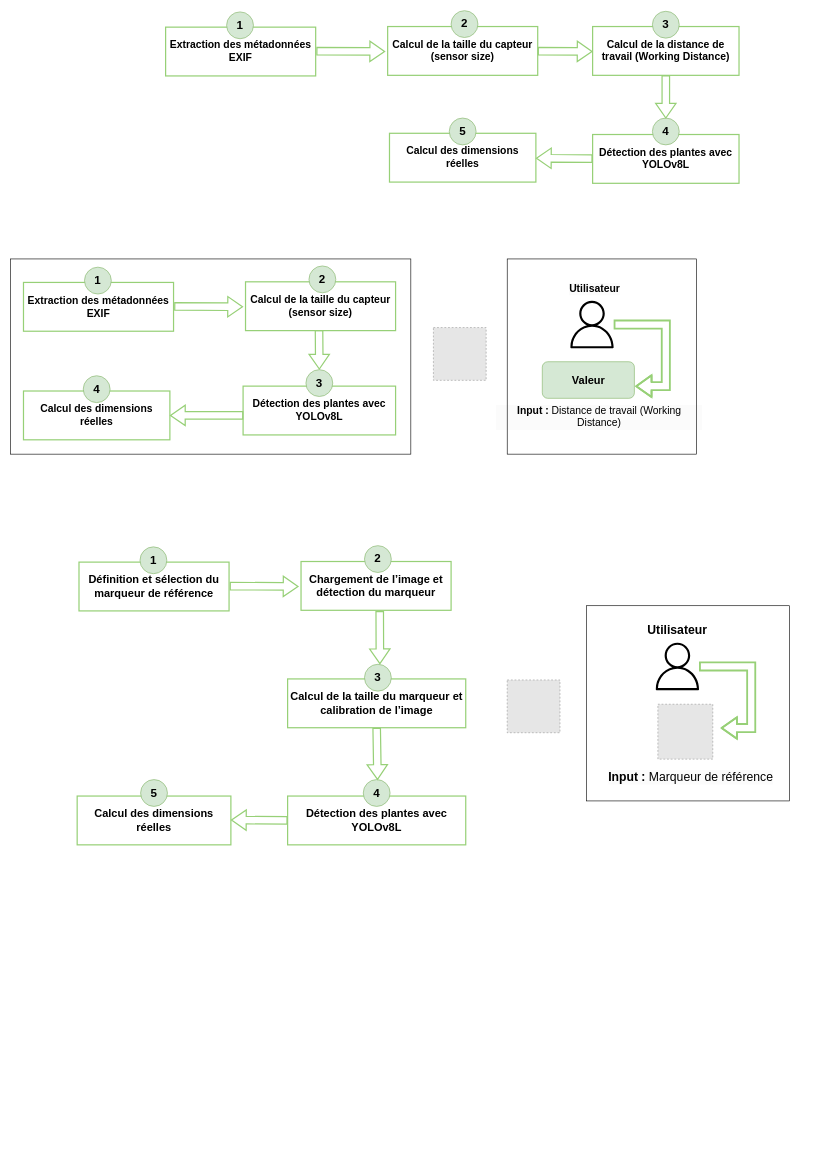
Before: InstallationZabbix.drawio in eya-harbaoui/Diagramms, a draw.io diagram. Source tidied: cells renumbered, new cells numbered last; positions are measured from the earlier drawing's top-left corner, leaving out a move shared by most shapes. Both pictures are drawn from the tidied source at 61%, with x=0, y=0 at pixel (10, 10). Pictures stored in the file or linked from it are replaced by grey dashed boxes.
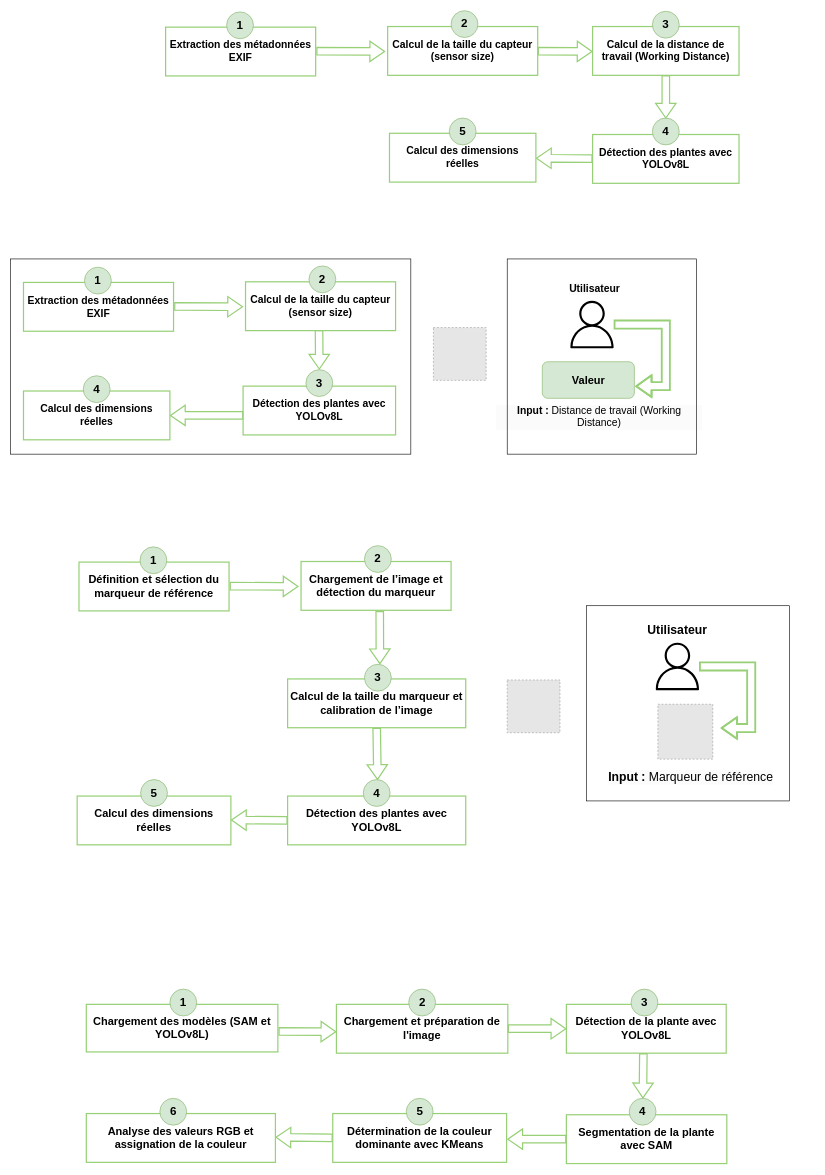
The same page after the edit.

Commit message:
Mettre à jour InstallationZabbix.drawio

Diff of the diagram source:
```diff
@@
+    <mxCell id="56" value="&lt;p&gt;&lt;strong&gt;&lt;font style=&quot;font-size: 18px;&quot;&gt;Chargement des modèles (SAM et YOLOv8L)&lt;/font&gt;&lt;/strong&gt;&lt;/p&gt;" style="rounded=0;whiteSpace=wrap;html=1;strokeColor=#97D077;strokeWidth=2;" parent="1" vertex="1">
+      <mxGeometry x="124" y="1629" width="314" height="78" as="geometry" />
+    </mxCell>
+    <mxCell id="57" value="&lt;p&gt;&lt;font style=&quot;font-size: 18px;&quot;&gt;&lt;b&gt;Chargement et préparation de l'image&lt;/b&gt;&lt;/font&gt;&lt;br&gt;&lt;/p&gt;" style="rounded=0;whiteSpace=wrap;html=1;strokeColor=#97D077;strokeWidth=2;" parent="1" vertex="1">
+      <mxGeometry x="534" y="1629" width="281" height="80" as="geometry" />
+    </mxCell>
+    <mxCell id="58" value="&lt;p&gt;&lt;/p&gt;&lt;ul style=&quot;forced-color-adjust: none; color: rgb(0, 0, 0); font-family: Helvetica; font-size: 12px; font-style: normal; font-variant-ligatures: normal; font-variant-caps: normal; font-weight: 400; letter-spacing: normal; orphans: 2; text-align: left; text-indent: 0px; text-transform: none; widows: 2; word-spacing: 0px; -webkit-text-stroke-width: 0px; white-space: normal; background-color: rgb(251, 251, 251); text-decoration-thickness: initial; text-decoration-style: initial; text-decoration-color: initial;&quot;&gt;&lt;/ul&gt;&lt;p&gt;&lt;/p&gt;&lt;p style=&quot;forced-color-adjust: none; color: rgb(0, 0, 0); font-family: Helvetica; font-size: 12px; font-style: normal; font-variant-ligatures: normal; font-variant-caps: normal; font-weight: 400; letter-spacing: normal; orphans: 2; text-indent: 0px; text-transform: none; widows: 2; word-spacing: 0px; -webkit-text-stroke-width: 0px; white-space: normal; background-color: rgb(251, 251, 251); text-decoration-thickness: initial; text-decoration-style: initial; text-decoration-color: initial;&quot;&gt;&lt;/p&gt;&lt;p&gt;&lt;/p&gt;&lt;p&gt;&lt;/p&gt;&lt;h3&gt;&lt;font style=&quot;font-size: 18px;&quot;&gt;Détection de la plante avec YOLOv8L&lt;/font&gt;&lt;br&gt;&lt;/h3&gt;" style="rounded=0;whiteSpace=wrap;html=1;strokeColor=#97D077;strokeWidth=2;" parent="1" vertex="1">
+      <mxGeometry x="911" y="1629" width="262" height="80" as="geometry" />
+    </mxCell>
+    <mxCell id="59" value="&lt;font style=&quot;font-size: 19px;&quot;&gt;1&lt;/font&gt;" style="ellipse;whiteSpace=wrap;html=1;rotation=0;strokeColor=#82b366;gradientDirection=east;fillColor=#d5e8d4;rounded=0;fontFamily=Helvetica;fontSize=16;spacingTop=4;spacingBottom=4;spacingLeft=4;spacingRight=4;fontStyle=1;" parent="1" vertex="1">
+      <mxGeometry x="261" y="1604" width="44" height="44" as="geometry" />
+    </mxCell>
+    <mxCell id="60" style="shape=flexArrow;endArrow=classic;html=1;rounded=0;entryX=0;entryY=0.5;entryDx=0;entryDy=0;width=11.304347826086957;endSize=7.373913043478262;endWidth=19.054820415879018;strokeColor=#97D077;strokeWidth=2;" parent="1" edge="1" source="57">
+      <mxGeometry relative="1" as="geometry">
+        <mxPoint x="911" y="1668.9" as="targetPoint" />
+      </mxGeometry>
+    </mxCell>
+    <mxCell id="61" style="shape=flexArrow;endArrow=classic;html=1;rounded=0;exitX=1;exitY=0.5;exitDx=0;exitDy=0;width=11.304347826086957;endSize=7.373913043478262;endWidth=19.054820415879018;strokeColor=#97D077;strokeWidth=2;" parent="1" edge="1">
+      <mxGeometry relative="1" as="geometry">
+        <mxPoint x="439" y="1673.3" as="sourcePoint" />
+        <mxPoint x="534" y="1674" as="targetPoint" />
+      </mxGeometry>
+    </mxCell>
+    <mxCell id="62" value="&lt;p&gt;&lt;/p&gt;&lt;ul style=&quot;forced-color-adjust: none; color: rgb(0, 0, 0); font-family: Helvetica; font-size: 12px; font-style: normal; font-variant-ligatures: normal; font-variant-caps: normal; font-weight: 400; letter-spacing: normal; orphans: 2; text-align: left; text-indent: 0px; text-transform: none; widows: 2; word-spacing: 0px; -webkit-text-stroke-width: 0px; white-space: normal; background-color: rgb(251, 251, 251); text-decoration-thickness: initial; text-decoration-style: initial; text-decoration-color: initial;&quot;&gt;&lt;/ul&gt;&lt;p&gt;&lt;/p&gt;&lt;p style=&quot;forced-color-adjust: none; color: rgb(0, 0, 0); font-family: Helvetica; font-size: 12px; font-style: normal; font-variant-ligatures: normal; font-variant-caps: normal; font-weight: 400; letter-spacing: normal; orphans: 2; text-indent: 0px; text-transform: none; widows: 2; word-spacing: 0px; -webkit-text-stroke-width: 0px; white-space: normal; background-color: rgb(251, 251, 251); text-decoration-thickness: initial; text-decoration-style: initial; text-decoration-color: initial;&quot;&gt;&lt;/p&gt;&lt;p&gt;&lt;/p&gt;&lt;p&gt;&lt;/p&gt;&lt;h3&gt;&lt;font style=&quot;font-size: 18px;&quot;&gt;Segmentation de la plante avec SAM&lt;/font&gt;&lt;br&gt;&lt;/h3&gt;" style="rounded=0;whiteSpace=wrap;html=1;strokeColor=#97D077;strokeWidth=2;" parent="1" vertex="1">
+      <mxGeometry x="911" y="1810" width="263" height="80" as="geometry" />
+    </mxCell>
+    <mxCell id="63" value="&lt;p&gt;&lt;/p&gt;&lt;ul style=&quot;forced-color-adjust: none; color: rgb(0, 0, 0); font-family: Helvetica; font-size: 12px; font-style: normal; font-variant-ligatures: normal; font-variant-caps: normal; font-weight: 400; letter-spacing: normal; orphans: 2; text-align: left; text-indent: 0px; text-transform: none; widows: 2; word-spacing: 0px; -webkit-text-stroke-width: 0px; white-space: normal; background-color: rgb(251, 251, 251); text-decoration-thickness: initial; text-decoration-style: initial; text-decoration-color: initial;&quot;&gt;&lt;/ul&gt;&lt;p&gt;&lt;/p&gt;&lt;p style=&quot;forced-color-adjust: none; color: rgb(0, 0, 0); font-family: Helvetica; font-size: 12px; font-style: normal; font-variant-ligatures: normal; font-variant-caps: normal; font-weight: 400; letter-spacing: normal; orphans: 2; text-indent: 0px; text-transform: none; widows: 2; word-spacing: 0px; -webkit-text-stroke-width: 0px; white-space: normal; background-color: rgb(251, 251, 251); text-decoration-thickness: initial; text-decoration-style: initial; text-decoration-color: initial;&quot;&gt;&lt;/p&gt;&lt;p&gt;&lt;/p&gt;&lt;p&gt;&lt;/p&gt;&lt;h3&gt;&lt;font style=&quot;font-size: 18px;&quot;&gt;Détermination de la couleur dominante avec KMeans&lt;/font&gt;&lt;br&gt;&lt;/h3&gt;" style="rounded=0;whiteSpace=wrap;html=1;strokeColor=#97D077;strokeWidth=2;" parent="1" vertex="1">
+      <mxGeometry x="528" y="1808" width="285" height="80" as="geometry" />
+    </mxCell>
+    <mxCell id="64" value="&lt;font style=&quot;font-size: 19px;&quot;&gt;2&lt;/font&gt;" style="ellipse;whiteSpace=wrap;html=1;rotation=0;strokeColor=#82b366;gradientDirection=east;fillColor=#d5e8d4;rounded=0;fontFamily=Helvetica;fontSize=16;spacingTop=4;spacingBottom=4;spacingLeft=4;spacingRight=4;fontStyle=1;" parent="1" vertex="1">
+      <mxGeometry x="652.5" y="1604" width="44" height="44" as="geometry" />
+    </mxCell>
+    <mxCell id="65" value="&lt;font style=&quot;font-size: 19px;&quot;&gt;3&lt;/font&gt;" style="ellipse;whiteSpace=wrap;html=1;rotation=0;strokeColor=#82b366;gradientDirection=east;fillColor=#d5e8d4;rounded=0;fontFamily=Helvetica;fontSize=16;spacingTop=4;spacingBottom=4;spacingLeft=4;spacingRight=4;fontStyle=1;" parent="1" vertex="1">
+      <mxGeometry x="1017" y="1604" width="44" height="44" as="geometry" />
+    </mxCell>
+    <mxCell id="66" value="&lt;font style=&quot;font-size: 19px;&quot;&gt;4&lt;/font&gt;" style="ellipse;whiteSpace=wrap;html=1;rotation=0;strokeColor=#82b366;gradientDirection=east;fillColor=#d5e8d4;rounded=0;fontFamily=Helvetica;fontSize=16;spacingTop=4;spacingBottom=4;spacingLeft=4;spacingRight=4;fontStyle=1;" parent="1" vertex="1">
+      <mxGeometry x="1014" y="1783" width="44" height="44" as="geometry" />
+    </mxCell>
+    <mxCell id="67" value="&lt;font style=&quot;font-size: 19px;&quot;&gt;5&lt;/font&gt;" style="ellipse;whiteSpace=wrap;html=1;rotation=0;strokeColor=#82b366;gradientDirection=east;fillColor=#d5e8d4;rounded=0;fontFamily=Helvetica;fontSize=16;spacingTop=4;spacingBottom=4;spacingLeft=4;spacingRight=4;fontStyle=1;" parent="1" vertex="1">
+      <mxGeometry x="648.5" y="1783" width="44" height="44" as="geometry" />
+    </mxCell>
+    <mxCell id="68" style="shape=flexArrow;endArrow=classic;html=1;rounded=0;exitX=0.545;exitY=0.96;exitDx=0;exitDy=0;width=11.304347826086957;endSize=7.373913043478262;endWidth=19.054820415879018;strokeColor=#97D077;strokeWidth=2;entryX=0.545;entryY=0.023;entryDx=0;entryDy=0;entryPerimeter=0;exitPerimeter=0;" parent="1" edge="1">
+      <mxGeometry relative="1" as="geometry">
+        <mxPoint x="1037.2" y="1709" as="sourcePoint" />
+        <mxPoint x="1036.4" y="1783.2" as="targetPoint" />
+      </mxGeometry>
+    </mxCell>
+    <mxCell id="69" style="shape=flexArrow;endArrow=classic;html=1;rounded=0;exitX=0;exitY=0.5;exitDx=0;exitDy=0;width=11.304347826086957;endSize=7.373913043478262;endWidth=19.054820415879018;strokeColor=#97D077;strokeWidth=2;" parent="1" edge="1" source="62">
+      <mxGeometry relative="1" as="geometry">
+        <mxPoint x="814" y="1850" as="targetPoint" />
+      </mxGeometry>
+    </mxCell>
+    <mxCell id="70" value="&lt;p&gt;&lt;/p&gt;&lt;ul style=&quot;forced-color-adjust: none; color: rgb(0, 0, 0); font-family: Helvetica; font-size: 12px; font-style: normal; font-variant-ligatures: normal; font-variant-caps: normal; font-weight: 400; letter-spacing: normal; orphans: 2; text-align: left; text-indent: 0px; text-transform: none; widows: 2; word-spacing: 0px; -webkit-text-stroke-width: 0px; white-space: normal; background-color: rgb(251, 251, 251); text-decoration-thickness: initial; text-decoration-style: initial; text-decoration-color: initial;&quot;&gt;&lt;/ul&gt;&lt;p&gt;&lt;/p&gt;&lt;p style=&quot;forced-color-adjust: none; color: rgb(0, 0, 0); font-family: Helvetica; font-size: 12px; font-style: normal; font-variant-ligatures: normal; font-variant-caps: normal; font-weight: 400; letter-spacing: normal; orphans: 2; text-indent: 0px; text-transform: none; widows: 2; word-spacing: 0px; -webkit-text-stroke-width: 0px; white-space: normal; background-color: rgb(251, 251, 251); text-decoration-thickness: initial; text-decoration-style: initial; text-decoration-color: initial;&quot;&gt;&lt;/p&gt;&lt;p&gt;&lt;/p&gt;&lt;p&gt;&lt;/p&gt;&lt;h3&gt;&lt;font style=&quot;font-size: 18px;&quot;&gt;Analyse des valeurs RGB et assignation de la couleur&lt;/font&gt;&lt;br&gt;&lt;/h3&gt;" style="rounded=0;whiteSpace=wrap;html=1;strokeColor=#97D077;strokeWidth=2;" parent="1" vertex="1">
+      <mxGeometry x="124" y="1808" width="310" height="80" as="geometry" />
+    </mxCell>
+    <mxCell id="71" value="&lt;font style=&quot;font-size: 19px;&quot;&gt;6&lt;/font&gt;" style="ellipse;whiteSpace=wrap;html=1;rotation=0;strokeColor=#82b366;gradientDirection=east;fillColor=#d5e8d4;rounded=0;fontFamily=Helvetica;fontSize=16;spacingTop=4;spacingBottom=4;spacingLeft=4;spacingRight=4;fontStyle=1;" parent="1" vertex="1">
+      <mxGeometry x="244.5" y="1783" width="44" height="44" as="geometry" />
+    </mxCell>
+    <mxCell id="72" style="shape=flexArrow;endArrow=classic;html=1;rounded=0;exitX=0;exitY=0.5;exitDx=0;exitDy=0;width=11.304347826086957;endSize=7.373913043478262;endWidth=19.054820415879018;strokeColor=#97D077;strokeWidth=2;" parent="1" edge="1">
+      <mxGeometry relative="1" as="geometry">
+        <mxPoint x="528" y="1847.8" as="sourcePoint" />
+        <mxPoint x="434" y="1847" as="targetPoint" />
+      </mxGeometry>
+    </mxCell>
```
